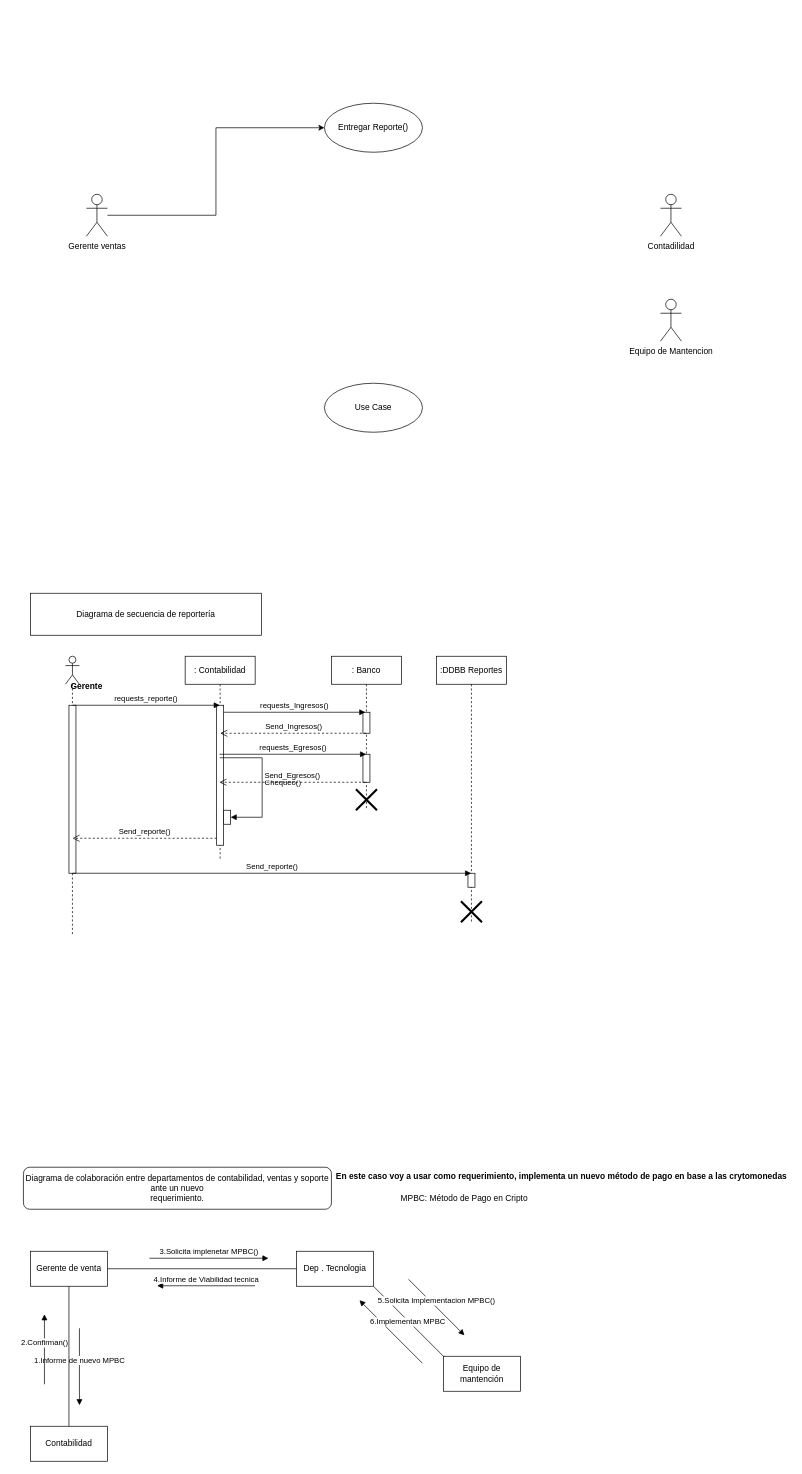
Above: Prueba_parte_2.drawio in josecastilloUai/Diagramas (draw.io), before the change. Source tidied: cells renumbered, new cells numbered last; positions are measured from the earlier drawing's top-left corner, leaving out a move shared by most shapes. Both pictures are drawn from the tidied source at 70%, with x=0, y=0 at pixel (23, 103).
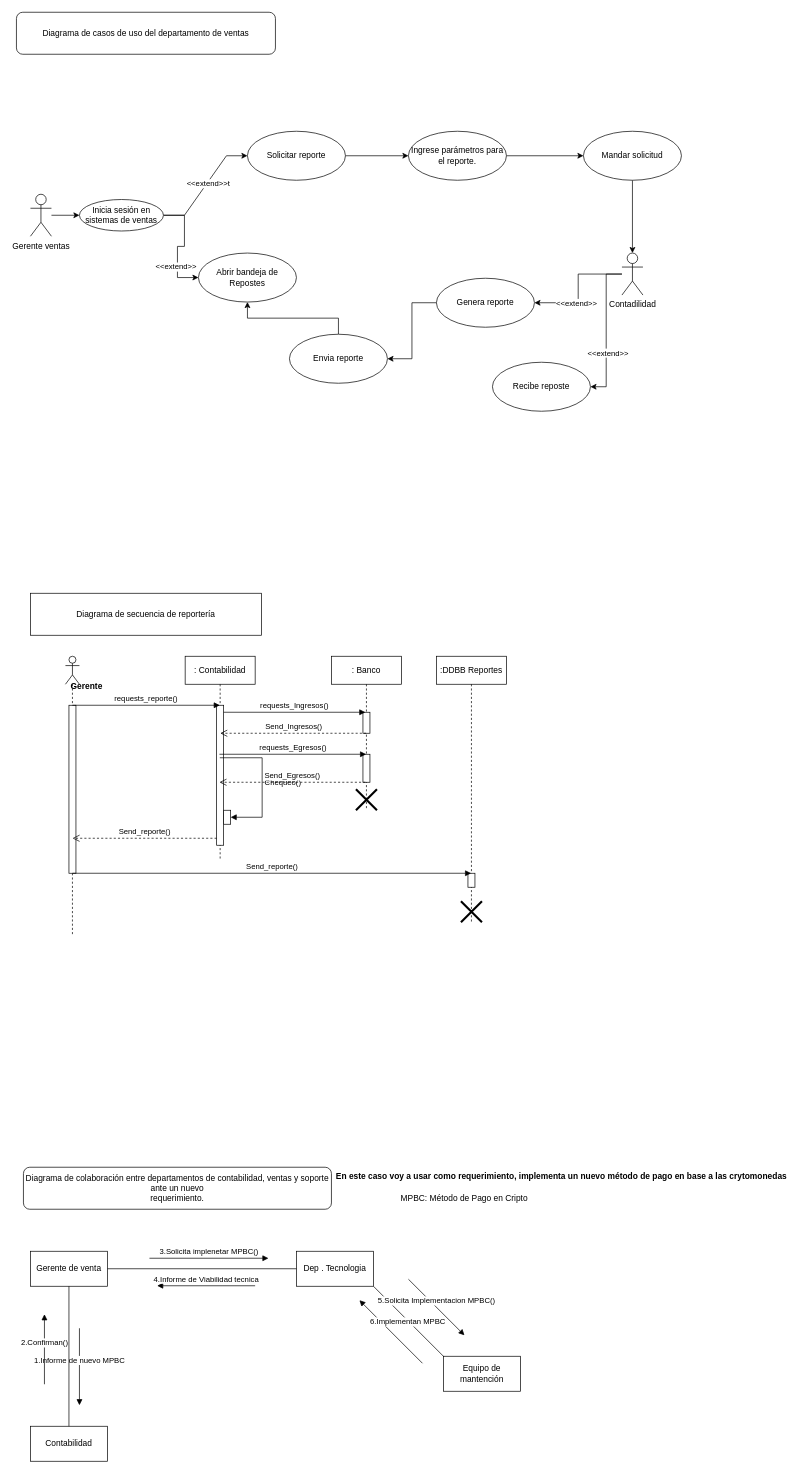
Above is the later version.

Change to the diagram source:
```diff
@@
+    <mxCell id="46" style="edgeStyle=orthogonalEdgeStyle;rounded=0;jettySize=auto;html=1;entryX=0;entryY=0.5;entryDx=0;entryDy=0;" parent="1" edge="1" source="24" target="57">
+      <mxGeometry relative="1" as="geometry" />
+    </mxCell>
-    <mxCell id="24" value="Entregar Reporte()" style="ellipse;whiteSpace=wrap;html=1;" parent="1" vertex="1">
-      <mxGeometry x="430" width="140" height="70" as="geometry" />
+    <mxCell id="24" value="Solicitar reporte" style="ellipse;whiteSpace=wrap;html=1;" parent="1" vertex="1">
+      <mxGeometry x="320" y="40" width="140" height="70" as="geometry" />
     </mxCell>
-    <mxCell id="25" value="Use Case" style="ellipse;whiteSpace=wrap;html=1;" parent="1" vertex="1">
-      <mxGeometry x="430" y="400" width="140" height="70" as="geometry" />
+    <mxCell id="25" value="Abrir bandeja de Repostes" style="ellipse;whiteSpace=wrap;html=1;" parent="1" vertex="1">
+      <mxGeometry x="250" y="214" width="140" height="70" as="geometry" />
     </mxCell>
-    <mxCell id="26" style="edgeStyle=orthogonalEdgeStyle;rounded=0;jettySize=auto;html=1;entryX=0;entryY=0.5;entryDx=0;entryDy=0;" parent="1" edge="1" source="27" target="24">
+    <mxCell id="26" style="edgeStyle=entityRelationEdgeStyle;rounded=0;jettySize=auto;html=1;entryX=0;entryY=0.5;entryDx=0;entryDy=0;exitX=1;exitY=0.5;exitDx=0;exitDy=0;" parent="1" edge="1" source="54" target="24">
       <mxGeometry relative="1" as="geometry" />
     </mxCell>
-    <mxCell id="27" value="Gerente ventas" style="shape=umlActor;verticalLabelPosition=bottom;verticalAlign=top;html=1;" parent="1" vertex="1">
-      <mxGeometry x="90" y="130" width="30" height="60" as="geometry" />
-    </mxCell>
+    <mxCell id="47" value="&amp;lt;&amp;lt;extend&amp;gt;&amp;gt;t" style="edgeLabel;html=1;align=center;verticalAlign=middle;" parent="26" vertex="1">
+      <mxGeometry x="0.05" y="-1" relative="1" as="geometry" />
+    </mxCell>
+    <mxCell id="48" style="edgeStyle=entityRelationEdgeStyle;rounded=0;jettySize=auto;html=1;" parent="1" edge="1" source="54" target="25">
+      <mxGeometry relative="1" as="geometry" />
+    </mxCell>
+    <mxCell id="49" value="&amp;lt;&amp;lt;extend&amp;gt;&amp;gt;" style="edgeLabel;html=1;align=center;verticalAlign=middle;" parent="48" vertex="1">
+      <mxGeometry x="0.44" y="-3" relative="1" as="geometry">
+        <mxPoint y="-1" as="offset" />
+      </mxGeometry>
+    </mxCell>
+    <mxCell id="50" style="edgeStyle=orthogonalEdgeStyle;rounded=0;jettySize=auto;html=1;entryX=1;entryY=0.5;entryDx=0;entryDy=0;" parent="1" edge="1" source="28" target="61">
+      <mxGeometry relative="1" as="geometry" />
+    </mxCell>
+    <mxCell id="51" value="&amp;lt;&amp;lt;extend&amp;gt;&amp;gt;" style="edgeLabel;html=1;align=center;verticalAlign=middle;" parent="50" vertex="1">
+      <mxGeometry x="0.29" relative="1" as="geometry" />
+    </mxCell>
+    <mxCell id="52" style="edgeStyle=orthogonalEdgeStyle;rounded=0;jettySize=auto;html=1;entryX=1;entryY=0.5;entryDx=0;entryDy=0;" parent="1" edge="1" source="28" target="62">
+      <mxGeometry relative="1" as="geometry" />
+    </mxCell>
+    <mxCell id="53" value="&amp;lt;&amp;lt;extend&amp;gt;&amp;gt;" style="edgeLabel;html=1;align=center;verticalAlign=middle;" parent="52" vertex="1">
+      <mxGeometry x="0.31" y="2" relative="1" as="geometry" />
+    </mxCell>
     <mxCell id="28" value="Contadilidad" style="shape=umlActor;verticalLabelPosition=bottom;verticalAlign=top;html=1;" parent="1" vertex="1">
-      <mxGeometry x="910" y="130" width="30" height="60" as="geometry" />
+      <mxGeometry x="855" y="214" width="30" height="60" as="geometry" />
     </mxCell>
-    <mxCell id="29" value="Equipo de Mantencion" style="shape=umlActor;verticalLabelPosition=bottom;verticalAlign=top;html=1;" parent="1" vertex="1">
-      <mxGeometry x="910" y="280" width="30" height="60" as="geometry" />
-    </mxCell>
@@
+    <mxCell id="54" value="Inicia sesión en sistemas de ventas" style="ellipse;whiteSpace=wrap;html=1;" parent="1" vertex="1">
+      <mxGeometry x="80" y="137.5" width="120" height="45" as="geometry" />
+    </mxCell>
+    <mxCell id="55" style="edgeStyle=orthogonalEdgeStyle;rounded=0;jettySize=auto;html=1;entryX=0;entryY=0.5;entryDx=0;entryDy=0;" parent="1" edge="1" source="27" target="54">
+      <mxGeometry relative="1" as="geometry" />
+    </mxCell>
+    <mxCell id="27" value="Gerente ventas" style="shape=umlActor;verticalLabelPosition=bottom;verticalAlign=top;html=1;" parent="1" vertex="1">
+      <mxGeometry x="10" y="130" width="30" height="60" as="geometry" />
+    </mxCell>
+    <mxCell id="56" style="edgeStyle=orthogonalEdgeStyle;rounded=0;jettySize=auto;html=1;entryX=0;entryY=0.5;entryDx=0;entryDy=0;" parent="1" edge="1" source="57" target="59">
+      <mxGeometry relative="1" as="geometry" />
+    </mxCell>
+    <mxCell id="57" value="Ingrese parámetros para el reporte." style="ellipse;whiteSpace=wrap;html=1;" parent="1" vertex="1">
+      <mxGeometry x="550" y="40" width="140" height="70" as="geometry" />
+    </mxCell>
+    <mxCell id="58" style="edgeStyle=orthogonalEdgeStyle;rounded=0;jettySize=auto;html=1;" parent="1" edge="1" source="59" target="28">
+      <mxGeometry relative="1" as="geometry" />
+    </mxCell>
+    <mxCell id="59" value="Mandar solicitud" style="ellipse;whiteSpace=wrap;html=1;" parent="1" vertex="1">
+      <mxGeometry x="800" y="40" width="140" height="70" as="geometry" />
+    </mxCell>
+    <mxCell id="60" style="edgeStyle=orthogonalEdgeStyle;rounded=0;jettySize=auto;html=1;entryX=1;entryY=0.5;entryDx=0;entryDy=0;" parent="1" edge="1" source="61" target="64">
+      <mxGeometry relative="1" as="geometry" />
+    </mxCell>
+    <mxCell id="61" value="Genera reporte" style="ellipse;whiteSpace=wrap;html=1;" parent="1" vertex="1">
+      <mxGeometry x="590" y="250" width="140" height="70" as="geometry" />
+    </mxCell>
+    <mxCell id="62" value="Recibe reposte" style="ellipse;whiteSpace=wrap;html=1;" parent="1" vertex="1">
+      <mxGeometry x="670" y="370" width="140" height="70" as="geometry" />
+    </mxCell>
+    <mxCell id="63" style="edgeStyle=orthogonalEdgeStyle;rounded=0;jettySize=auto;html=1;entryX=0.5;entryY=1;entryDx=0;entryDy=0;" parent="1" edge="1" source="64" target="25">
+      <mxGeometry relative="1" as="geometry" />
+    </mxCell>
+    <mxCell id="64" value="Envia reporte" style="ellipse;whiteSpace=wrap;html=1;" parent="1" vertex="1">
+      <mxGeometry x="380" y="330" width="140" height="70" as="geometry" />
+    </mxCell>
+    <mxCell id="65" value="Diagrama de casos de uso del departamento de ventas" style="rounded=1;whiteSpace=wrap;html=1;" parent="1" vertex="1">
+      <mxGeometry x="-10" y="-130" width="370" height="60" as="geometry" />
+    </mxCell>
```
